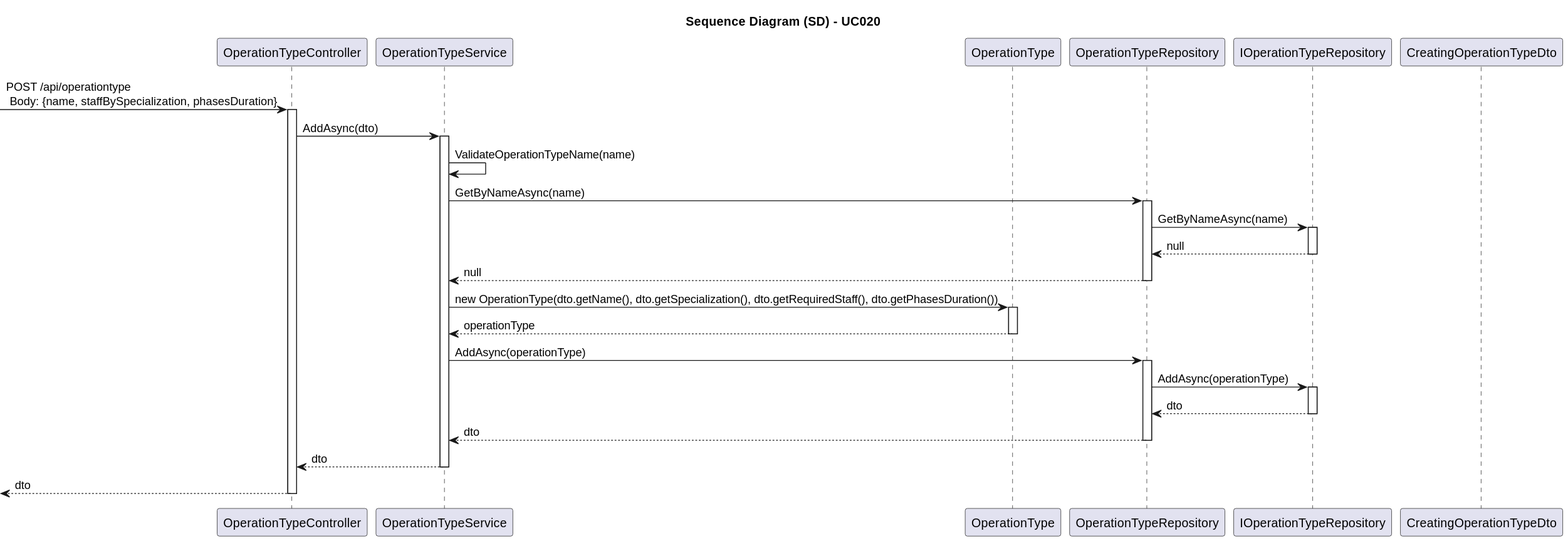
Before: docs/SprintA/UseCases/UC020/03.design/svg/uc020-sequence-diagram.svg, a diagram exported from PlantUML (1221124/sem5pi-24-25-g031). The source it was exported from:
```plantuml
@startuml
skinparam packageStyle rectangle
skinparam shadowing false
skinparam linetype polyline
skinparam classAttributeIconSize 0

title Sequence Diagram (SD) - UC020

participant "OperationTypeController" as Controller
participant "OperationTypeService" as Service
participant "OperationType" as Domain
participant "OperationTypeRepository" as Repository
participant "IOperationTypeRepository" as IRepo
participant "CreatingOperationTypeDto" as Dto

-> Controller: POST /api/operationtype \n Body: {name, staffBySpecialization, phasesDuration}

activate Controller

    Controller -> Service: AddAsync(dto)

    activate Service

        Service -> Service: ValidateOperationTypeName(name)

        Service -> Repository: GetByNameAsync(name)

        activate Repository

            Repository -> IRepo: GetByNameAsync(name)

            activate IRepo

                IRepo --> Repository: null

            deactivate IRepo

            Repository --> Service: null

        deactivate Repository

        Service -> Domain: new OperationType(dto.getName(), dto.getSpecialization(), dto.getRequiredStaff(), dto.getPhasesDuration())

        activate Domain

            Domain --> Service: operationType

        deactivate Domain

        Service -> Repository: AddAsync(operationType)

        activate Repository

            Repository -> IRepo: AddAsync(operationType)

            activate IRepo

                IRepo --> Repository: dto

            deactivate IRepo

            Repository --> Service: dto

        deactivate Repository

        Service --> Controller: dto

    deactivate Service

    <-- Controller : dto

deactivate Controller
@enduml
```
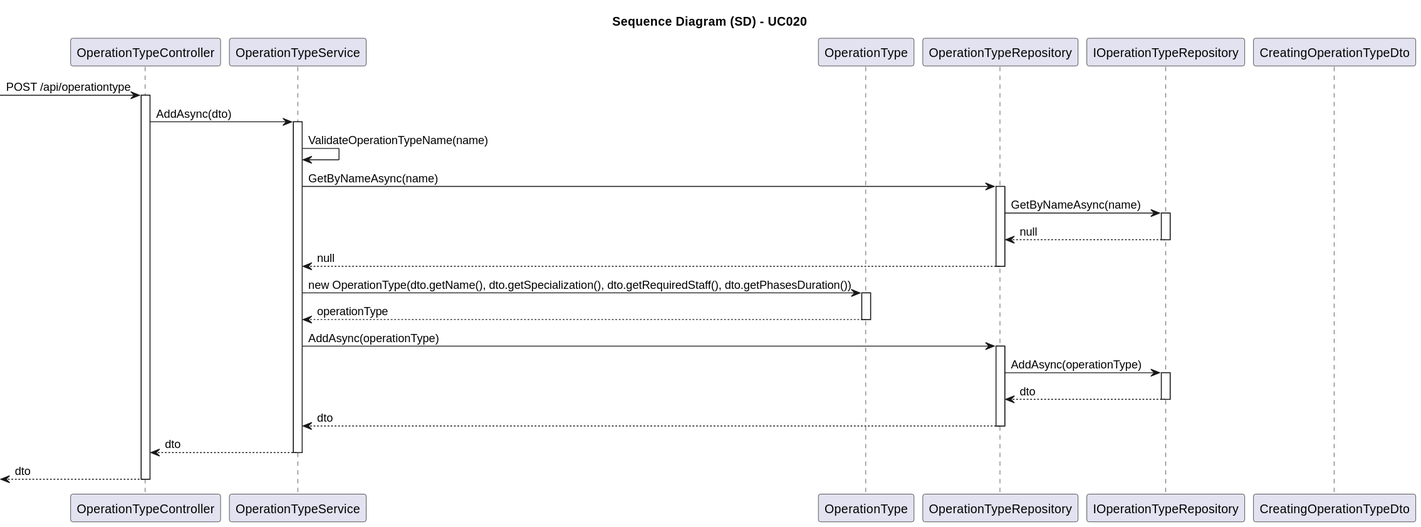
The same file after the commit.

The edit, as a diff of the source:
```diff
@@ -13,7 +13,7 @@
 participant "IOperationTypeRepository" as IRepo
 participant "CreatingOperationTypeDto" as Dto
 
--> Controller: POST /api/operationtype \n Body: {name, staffBySpecialization, phasesDuration}
+-> Controller: POST /api/operationtype
 
 activate Controller
 
```
